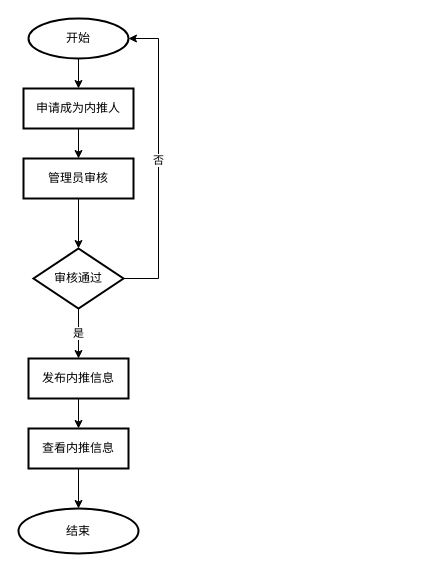
Before: introduce_manage_flowchart.drawio in JohnnyLin12/GJR_BBS, a draw.io diagram. Source tidied: cells renumbered, new cells numbered last; positions are measured from the earlier drawing's top-left corner, leaving out a move shared by most shapes. Both pictures are drawn from the tidied source at 100%, with x=0, y=0 at pixel (18, 18).
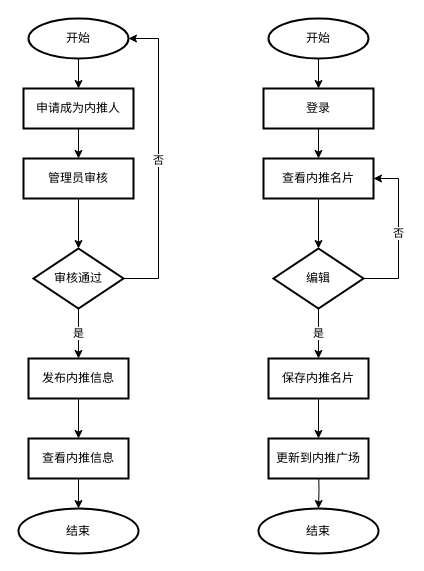
After the change.

The edit, as a diff of the source:
```diff
@@
     <mxCell id="15" value="查看内推信息" style="whiteSpace=wrap;html=1;strokeWidth=2;" parent="1" vertex="1">
-      <mxGeometry x="10" y="410" width="100" height="40" as="geometry" />
+      <mxGeometry x="10" y="420" width="100" height="40" as="geometry" />
     </mxCell>
@@
+    <mxCell id="17" style="edgeStyle=orthogonalEdgeStyle;rounded=0;jettySize=auto;html=1;" parent="1" edge="1" source="18" target="20">
+      <mxGeometry relative="1" as="geometry" />
+    </mxCell>
+    <mxCell id="18" value="开始" style="strokeWidth=2;html=1;shape=mxgraph.flowchart.start_1;whiteSpace=wrap;" parent="1" vertex="1">
+      <mxGeometry x="250" width="100" height="40" as="geometry" />
+    </mxCell>
+    <mxCell id="19" style="edgeStyle=orthogonalEdgeStyle;rounded=0;jettySize=auto;html=1;" parent="1" edge="1" source="20" target="22">
+      <mxGeometry relative="1" as="geometry" />
+    </mxCell>
+    <mxCell id="20" value="登录" style="whiteSpace=wrap;html=1;strokeWidth=2;" parent="1" vertex="1">
+      <mxGeometry x="245" y="70" width="110" height="40" as="geometry" />
+    </mxCell>
+    <mxCell id="21" style="edgeStyle=orthogonalEdgeStyle;rounded=0;jettySize=auto;html=1;" parent="1" edge="1" source="22" target="25">
+      <mxGeometry relative="1" as="geometry" />
+    </mxCell>
+    <mxCell id="22" value="查看内推名片" style="whiteSpace=wrap;html=1;strokeWidth=2;" parent="1" vertex="1">
+      <mxGeometry x="245" y="140" width="110" height="40" as="geometry" />
+    </mxCell>
+    <mxCell id="23" value="否" style="edgeStyle=orthogonalEdgeStyle;rounded=0;jettySize=auto;html=1;entryX=1;entryY=0.5;entryDx=0;entryDy=0;" parent="1" edge="1" source="25" target="22">
+      <mxGeometry relative="1" as="geometry">
+        <Array as="points">
+          <mxPoint x="380" y="260" />
+          <mxPoint x="380" y="160" />
+        </Array>
+      </mxGeometry>
+    </mxCell>
+    <mxCell id="24" value="是" style="edgeStyle=orthogonalEdgeStyle;rounded=0;jettySize=auto;html=1;" parent="1" edge="1" source="25" target="27">
+      <mxGeometry relative="1" as="geometry" />
+    </mxCell>
+    <mxCell id="25" value="编辑" style="rhombus;whiteSpace=wrap;html=1;strokeWidth=2;" parent="1" vertex="1">
+      <mxGeometry x="255" y="230" width="90" height="60" as="geometry" />
+    </mxCell>
+    <mxCell id="26" style="edgeStyle=orthogonalEdgeStyle;rounded=0;jettySize=auto;html=1;" parent="1" edge="1" source="27" target="31">
+      <mxGeometry relative="1" as="geometry" />
+    </mxCell>
+    <mxCell id="27" value="保存内推名片" style="whiteSpace=wrap;html=1;strokeWidth=2;" parent="1" vertex="1">
+      <mxGeometry x="250" y="340" width="100" height="40" as="geometry" />
+    </mxCell>
+    <mxCell id="28" style="edgeStyle=orthogonalEdgeStyle;rounded=0;orthogonalLoop=1;jettySize=auto;html=1;exitX=0.5;exitY=1;exitDx=0;exitDy=0;" parent="1" edge="1" source="27" target="27">
+      <mxGeometry relative="1" as="geometry" />
+    </mxCell>
+    <mxCell id="29" style="edgeStyle=orthogonalEdgeStyle;rounded=0;jettySize=auto;html=1;" parent="1" edge="1" target="30">
+      <mxGeometry relative="1" as="geometry">
+        <mxPoint x="300" y="450" as="sourcePoint" />
+      </mxGeometry>
+    </mxCell>
+    <mxCell id="30" value="结束" style="ellipse;whiteSpace=wrap;html=1;strokeWidth=2;" parent="1" vertex="1">
+      <mxGeometry x="240" y="490" width="120" height="45" as="geometry" />
+    </mxCell>
+    <mxCell id="31" value="更新到内推广场" style="whiteSpace=wrap;html=1;strokeWidth=2;" parent="1" vertex="1">
+      <mxGeometry x="250" y="420" width="100" height="40" as="geometry" />
+    </mxCell>
```
